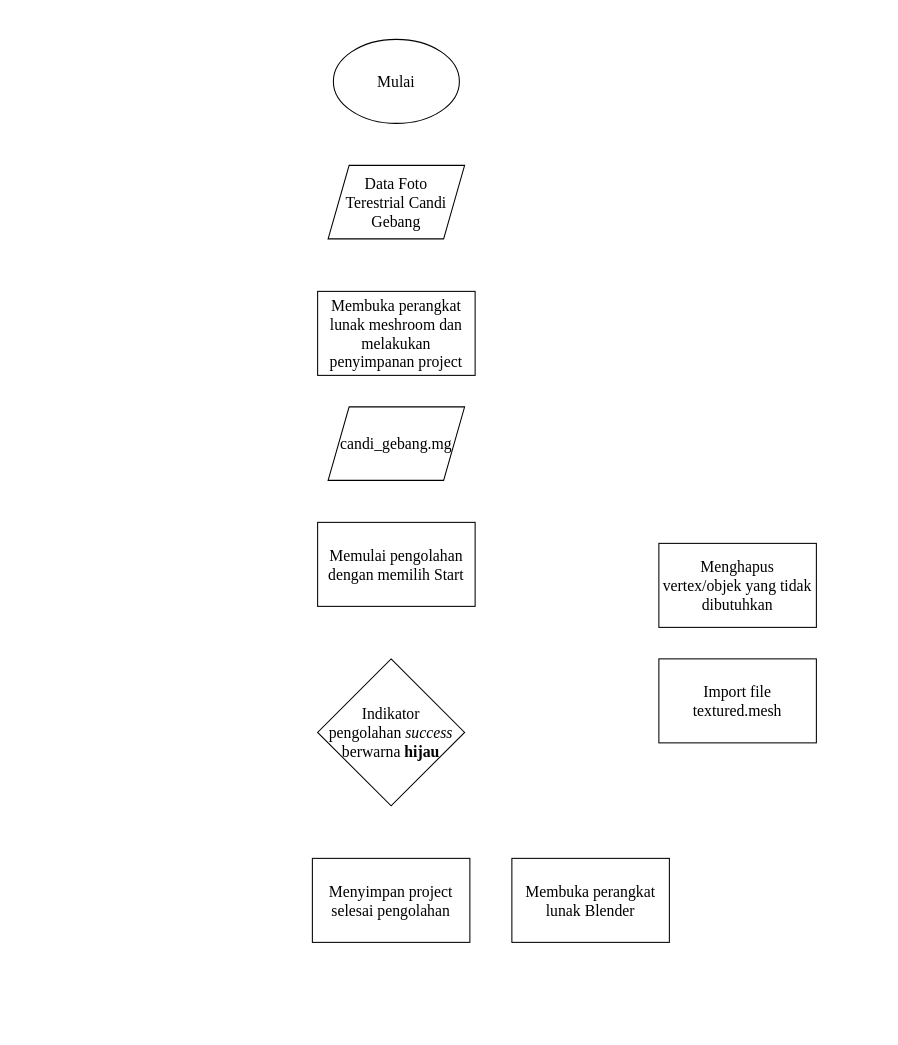
The draw.io diagram sfm_meshroom.drawio in dhanyyudi/filediagramalir, before the edit. Source tidied: cells renumbered, new cells numbered last; positions are measured from the earlier drawing's top-left corner, leaving out a move shared by most shapes. Both pictures are drawn from the tidied source at 105%, with x=0, y=0 at pixel (312, 39).
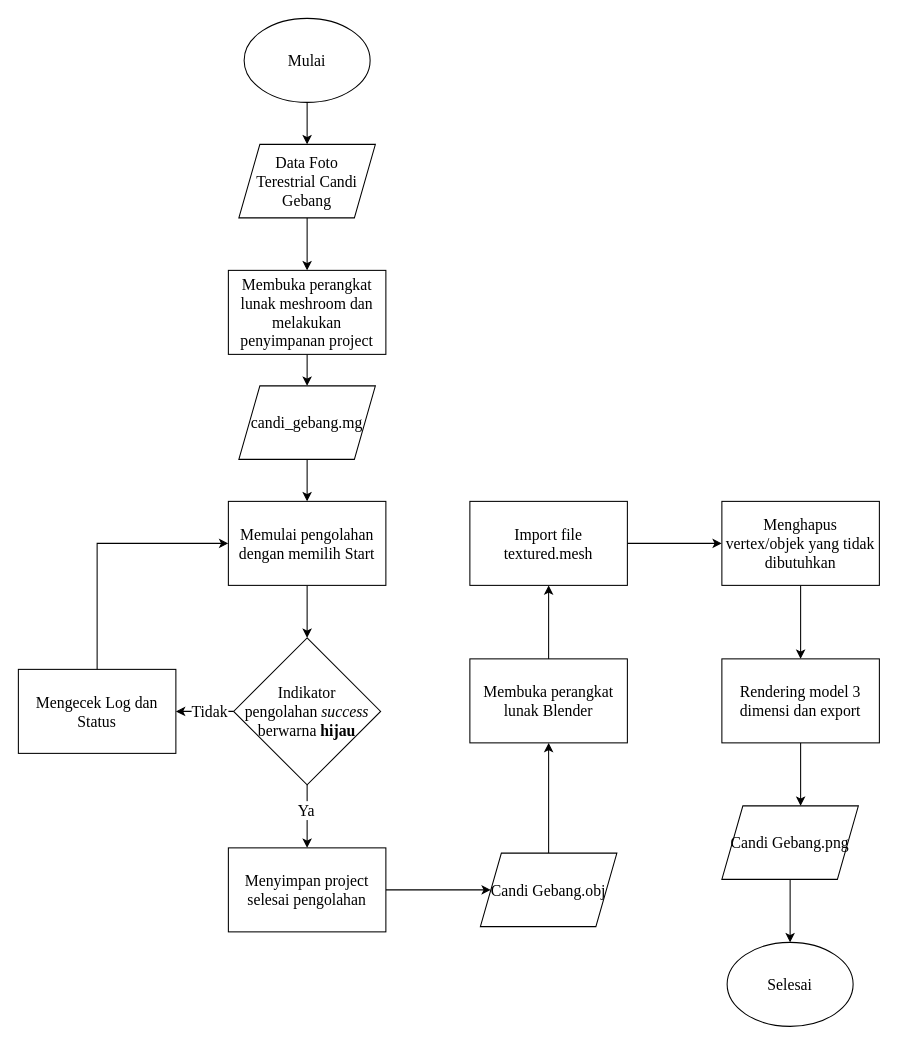
The same diagram, later.

The edit, as a diff of the source:
```diff
@@
+    <mxCell id="12" style="edgeStyle=orthogonalEdgeStyle;rounded=0;jettySize=auto;html=1;exitX=0.5;exitY=1;exitDx=0;exitDy=0;entryX=0.5;entryY=0;entryDx=0;entryDy=0;fontFamily=Times New Roman;fontSize=15;" parent="1" edge="1" source="2" target="3">
+      <mxGeometry relative="1" as="geometry" />
+    </mxCell>
     <mxCell id="2" value="&lt;font face=&quot;Times New Roman&quot; style=&quot;font-size: 15px&quot;&gt;Mulai&lt;/font&gt;" style="ellipse;whiteSpace=wrap;html=1;" parent="1" vertex="1">
-      <mxGeometry x="20" width="120" height="80" as="geometry" />
+      <mxGeometry x="-65" y="-20" width="120" height="80" as="geometry" />
     </mxCell>
+    <mxCell id="13" style="edgeStyle=orthogonalEdgeStyle;rounded=0;jettySize=auto;html=1;exitX=0.5;exitY=1;exitDx=0;exitDy=0;entryX=0.5;entryY=0;entryDx=0;entryDy=0;fontFamily=Times New Roman;fontSize=15;" parent="1" edge="1" source="3" target="4">
+      <mxGeometry relative="1" as="geometry" />
+    </mxCell>
     <mxCell id="3" value="Data Foto &lt;br&gt;Terestrial Candi Gebang" style="shape=parallelogram;perimeter=parallelogramPerimeter;whiteSpace=wrap;html=1;fixedSize=1;fontFamily=Times New Roman;fontSize=15;" parent="1" vertex="1">
-      <mxGeometry x="15" y="120" width="130" height="70" as="geometry" />
+      <mxGeometry x="-70" y="100" width="130" height="70" as="geometry" />
     </mxCell>
+    <mxCell id="14" style="edgeStyle=orthogonalEdgeStyle;rounded=0;jettySize=auto;html=1;exitX=0.5;exitY=1;exitDx=0;exitDy=0;entryX=0.5;entryY=0;entryDx=0;entryDy=0;fontFamily=Times New Roman;fontSize=15;" parent="1" edge="1" source="4" target="5">
+      <mxGeometry relative="1" as="geometry" />
+    </mxCell>
     <mxCell id="4" value="Membuka perangkat lunak meshroom dan melakukan penyimpanan project" style="rounded=0;whiteSpace=wrap;html=1;fontFamily=Times New Roman;fontSize=15;" parent="1" vertex="1">
-      <mxGeometry x="5" y="240" width="150" height="80" as="geometry" />
+      <mxGeometry x="-80" y="220" width="150" height="80" as="geometry" />
     </mxCell>
+    <mxCell id="15" style="edgeStyle=orthogonalEdgeStyle;rounded=0;jettySize=auto;html=1;exitX=0.5;exitY=1;exitDx=0;exitDy=0;entryX=0.5;entryY=0;entryDx=0;entryDy=0;fontFamily=Times New Roman;fontSize=15;" parent="1" edge="1" source="5" target="6">
+      <mxGeometry relative="1" as="geometry" />
+    </mxCell>
     <mxCell id="5" value="candi_gebang.mg" style="shape=parallelogram;perimeter=parallelogramPerimeter;whiteSpace=wrap;html=1;fixedSize=1;fontFamily=Times New Roman;fontSize=15;" parent="1" vertex="1">
-      <mxGeometry x="15" y="350" width="130" height="70" as="geometry" />
+      <mxGeometry x="-70" y="330" width="130" height="70" as="geometry" />
     </mxCell>
+    <mxCell id="16" style="edgeStyle=orthogonalEdgeStyle;rounded=0;jettySize=auto;html=1;exitX=0.5;exitY=1;exitDx=0;exitDy=0;fontFamily=Times New Roman;fontSize=15;" parent="1" edge="1" source="6" target="7">
+      <mxGeometry relative="1" as="geometry" />
+    </mxCell>
     <mxCell id="6" value="Memulai pengolahan dengan memilih Start" style="rounded=0;whiteSpace=wrap;html=1;fontFamily=Times New Roman;fontSize=15;" parent="1" vertex="1">
-      <mxGeometry x="5" y="460" width="150" height="80" as="geometry" />
+      <mxGeometry x="-80" y="440" width="150" height="80" as="geometry" />
     </mxCell>
+    <mxCell id="17" style="edgeStyle=orthogonalEdgeStyle;rounded=0;jettySize=auto;html=1;exitX=0.5;exitY=1;exitDx=0;exitDy=0;entryX=0.5;entryY=0;entryDx=0;entryDy=0;fontFamily=Times New Roman;fontSize=15;" parent="1" edge="1" source="7" target="8">
+      <mxGeometry relative="1" as="geometry" />
+    </mxCell>
+    <mxCell id="18" value="Ya" style="edgeLabel;html=1;align=center;verticalAlign=middle;fontSize=15;fontFamily=Times New Roman;" parent="17" vertex="1">
+      <mxGeometry x="-0.24" y="-2" relative="1" as="geometry" />
+    </mxCell>
+    <mxCell id="19" style="edgeStyle=orthogonalEdgeStyle;rounded=0;jettySize=auto;html=1;exitX=0;exitY=0.5;exitDx=0;exitDy=0;entryX=1;entryY=0.5;entryDx=0;entryDy=0;fontFamily=Times New Roman;fontSize=15;" parent="1" edge="1" source="7" target="31">
+      <mxGeometry relative="1" as="geometry">
+        <Array as="points">
+          <mxPoint x="-100" y="640" />
+          <mxPoint x="-100" y="640" />
+        </Array>
+      </mxGeometry>
+    </mxCell>
     <mxCell id="7" value="Indikator &lt;br&gt;pengolahan &lt;i&gt;success&lt;/i&gt; berwarna &lt;b&gt;hijau&lt;/b&gt;" style="rhombus;whiteSpace=wrap;html=1;fontFamily=Times New Roman;fontSize=15;" parent="1" vertex="1">
-      <mxGeometry x="5" y="590" width="140" height="140" as="geometry" />
+      <mxGeometry x="-75" y="570" width="140" height="140" as="geometry" />
     </mxCell>
+    <mxCell id="20" style="edgeStyle=orthogonalEdgeStyle;rounded=0;jettySize=auto;html=1;exitX=1;exitY=0.5;exitDx=0;exitDy=0;fontFamily=Times New Roman;fontSize=15;" parent="1" edge="1" source="8" target="29">
+      <mxGeometry relative="1" as="geometry" />
+    </mxCell>
     <mxCell id="8" value="Menyimpan project selesai pengolahan" style="rounded=0;whiteSpace=wrap;html=1;fontFamily=Times New Roman;fontSize=15;" parent="1" vertex="1">
-      <mxGeometry y="780" width="150" height="80" as="geometry" />
+      <mxGeometry x="-80" y="770" width="150" height="80" as="geometry" />
     </mxCell>
+    <mxCell id="21" style="edgeStyle=orthogonalEdgeStyle;rounded=0;jettySize=auto;html=1;exitX=0.5;exitY=0;exitDx=0;exitDy=0;entryX=0.5;entryY=1;entryDx=0;entryDy=0;fontFamily=Times New Roman;fontSize=15;" parent="1" edge="1" source="9" target="10">
+      <mxGeometry relative="1" as="geometry" />
+    </mxCell>
     <mxCell id="9" value="Membuka perangkat lunak Blender" style="rounded=0;whiteSpace=wrap;html=1;fontFamily=Times New Roman;fontSize=15;" parent="1" vertex="1">
-      <mxGeometry x="190" y="780" width="150" height="80" as="geometry" />
+      <mxGeometry x="150" y="590" width="150" height="80" as="geometry" />
     </mxCell>
+    <mxCell id="22" style="edgeStyle=orthogonalEdgeStyle;rounded=0;jettySize=auto;html=1;exitX=1;exitY=0.5;exitDx=0;exitDy=0;entryX=0;entryY=0.5;entryDx=0;entryDy=0;fontFamily=Times New Roman;fontSize=15;" parent="1" edge="1" source="10" target="11">
+      <mxGeometry relative="1" as="geometry" />
+    </mxCell>
     <mxCell id="10" value="Import file textured.mesh" style="rounded=0;whiteSpace=wrap;html=1;fontFamily=Times New Roman;fontSize=15;" parent="1" vertex="1">
-      <mxGeometry x="330" y="590" width="150" height="80" as="geometry" />
+      <mxGeometry x="150" y="440" width="150" height="80" as="geometry" />
     </mxCell>
+    <mxCell id="23" style="edgeStyle=orthogonalEdgeStyle;rounded=0;jettySize=auto;html=1;exitX=0.5;exitY=1;exitDx=0;exitDy=0;entryX=0.5;entryY=0;entryDx=0;entryDy=0;fontFamily=Times New Roman;fontSize=15;" parent="1" edge="1" source="11" target="25">
+      <mxGeometry relative="1" as="geometry" />
+    </mxCell>
     <mxCell id="11" value="Menghapus vertex/objek yang tidak dibutuhkan" style="rounded=0;whiteSpace=wrap;html=1;fontFamily=Times New Roman;fontSize=15;" parent="1" vertex="1">
-      <mxGeometry x="330" y="480" width="150" height="80" as="geometry" />
+      <mxGeometry x="390" y="440" width="150" height="80" as="geometry" />
     </mxCell>
+    <mxCell id="24" style="edgeStyle=orthogonalEdgeStyle;rounded=0;jettySize=auto;html=1;exitX=0.5;exitY=1;exitDx=0;exitDy=0;entryX=0.577;entryY=0;entryDx=0;entryDy=0;entryPerimeter=0;fontFamily=Times New Roman;fontSize=15;" parent="1" edge="1" source="25" target="27">
+      <mxGeometry relative="1" as="geometry" />
+    </mxCell>
+    <mxCell id="25" value="Rendering model 3 dimensi dan export" style="rounded=0;whiteSpace=wrap;html=1;fontFamily=Times New Roman;fontSize=15;" parent="1" vertex="1">
+      <mxGeometry x="390" y="590" width="150" height="80" as="geometry" />
+    </mxCell>
+    <mxCell id="26" style="edgeStyle=orthogonalEdgeStyle;rounded=0;jettySize=auto;html=1;exitX=0.5;exitY=1;exitDx=0;exitDy=0;entryX=0.5;entryY=0;entryDx=0;entryDy=0;fontFamily=Times New Roman;fontSize=15;" parent="1" edge="1" source="27" target="32">
+      <mxGeometry relative="1" as="geometry" />
+    </mxCell>
+    <mxCell id="27" value="Candi Gebang.png" style="shape=parallelogram;perimeter=parallelogramPerimeter;whiteSpace=wrap;html=1;fixedSize=1;fontFamily=Times New Roman;fontSize=15;" parent="1" vertex="1">
+      <mxGeometry x="390" y="730" width="130" height="70" as="geometry" />
+    </mxCell>
+    <mxCell id="28" style="edgeStyle=orthogonalEdgeStyle;rounded=0;jettySize=auto;html=1;exitX=0.5;exitY=0;exitDx=0;exitDy=0;entryX=0.5;entryY=1;entryDx=0;entryDy=0;fontFamily=Times New Roman;fontSize=15;" parent="1" edge="1" source="29" target="9">
+      <mxGeometry relative="1" as="geometry" />
+    </mxCell>
+    <mxCell id="29" value="Candi Gebang.obj" style="shape=parallelogram;perimeter=parallelogramPerimeter;whiteSpace=wrap;html=1;fixedSize=1;fontFamily=Times New Roman;fontSize=15;" parent="1" vertex="1">
+      <mxGeometry x="160" y="775" width="130" height="70" as="geometry" />
+    </mxCell>
+    <mxCell id="30" style="edgeStyle=orthogonalEdgeStyle;rounded=0;jettySize=auto;html=1;exitX=0.5;exitY=0;exitDx=0;exitDy=0;entryX=0;entryY=0.5;entryDx=0;entryDy=0;fontFamily=Times New Roman;fontSize=15;" parent="1" edge="1" source="31" target="6">
+      <mxGeometry relative="1" as="geometry" />
+    </mxCell>
+    <mxCell id="31" value="Mengecek Log dan Status" style="rounded=0;whiteSpace=wrap;html=1;fontFamily=Times New Roman;fontSize=15;" parent="1" vertex="1">
+      <mxGeometry x="-280" y="600" width="150" height="80" as="geometry" />
+    </mxCell>
+    <mxCell id="32" value="&lt;font face=&quot;Times New Roman&quot; style=&quot;font-size: 15px&quot;&gt;Selesai&lt;/font&gt;" style="ellipse;whiteSpace=wrap;html=1;" parent="1" vertex="1">
+      <mxGeometry x="395" y="860" width="120" height="80" as="geometry" />
+    </mxCell>
+    <mxCell id="33" value="Tidak" style="text;html=1;align=center;verticalAlign=middle;whiteSpace=wrap;rounded=0;fontFamily=Times New Roman;fontSize=15;fillColor=default;" parent="1" vertex="1">
+      <mxGeometry x="-115" y="625" width="35" height="30" as="geometry" />
+    </mxCell>
```
